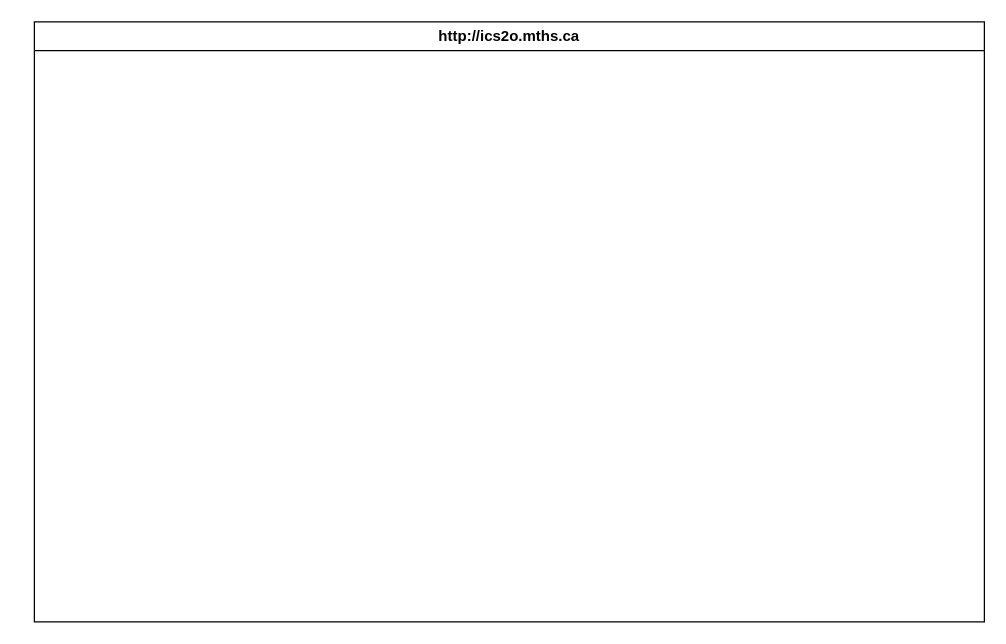
This is design/storyboard.drawio from MTHS-ICS2O-2-2022/ICS2O-Unit-3-03-Osamah-Hasan, a draw.io file, before an edit. Source tidied: cells renumbered, new cells numbered last; positions are measured from the earlier drawing's top-left corner, leaving out a move shared by most shapes. Both pictures are drawn from the tidied source at 125%, with x=0, y=0 at pixel (34, 21). Pictures stored in the file or linked from it are replaced by grey dashed boxes.
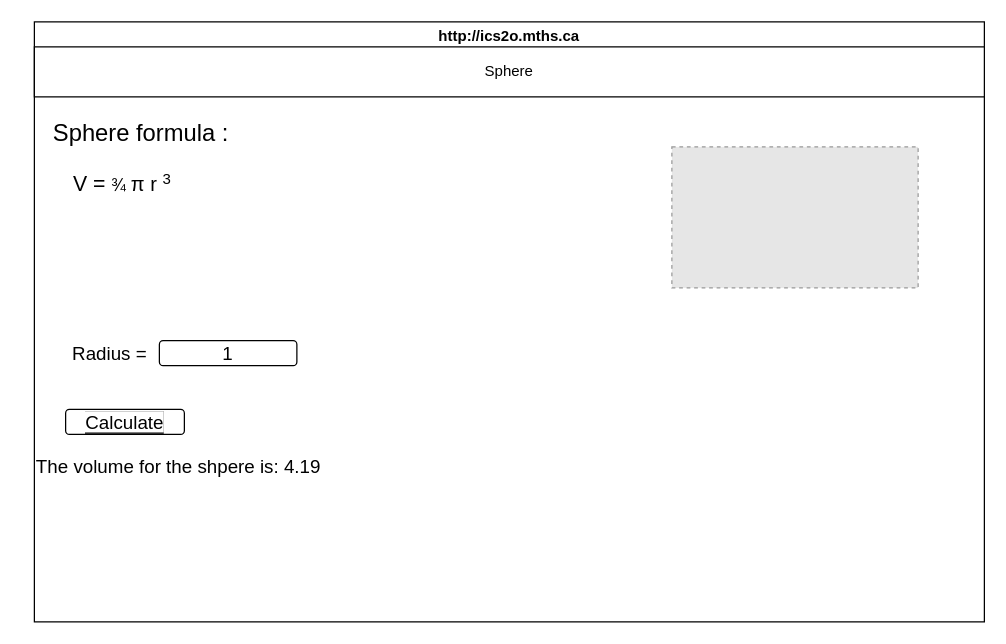
The same diagram, later.

What changed in the source:
```diff
@@
 <mxGraphModel>
   <root>
     <mxCell id="0" />
     <mxCell id="1" parent="0" />
     <mxCell id="2" value="http://ics2o.mths.ca" style="swimlane;whiteSpace=wrap;html=1;" parent="1" vertex="1">
       <mxGeometry width="760" height="480" as="geometry" />
     </mxCell>
+    <mxCell id="3" value="Sphere" style="whiteSpace=wrap;html=1;" parent="2" vertex="1">
+      <mxGeometry y="20" width="760" height="40" as="geometry" />
+    </mxCell>
+    <mxCell id="4" value="&lt;font color=&quot;#000000&quot;&gt;The volume for the shpere is: 4.19&lt;/font&gt;" style="text;html=1;align=center;verticalAlign=middle;fontSize=15;" parent="2" vertex="1">
+      <mxGeometry x="-10" y="340" width="250" height="30" as="geometry" />
+    </mxCell>
+    <mxCell id="5" value="&lt;font color=&quot;#000000&quot; style=&quot;font-size: 19px;&quot;&gt;Sphere formula :&lt;/font&gt;" style="text;html=1;align=center;verticalAlign=middle;strokeColor=none;fillColor=none;fontSize=15;" parent="2" vertex="1">
+      <mxGeometry y="70" width="170" height="40" as="geometry" />
+    </mxCell>
+    <mxCell id="6" value="&lt;font color=&quot;#000000&quot;&gt;&lt;font style=&quot;font-size: 17px;&quot;&gt;V =&amp;nbsp;&lt;/font&gt;&lt;span style=&quot;font-family: arial, sans-serif; font-size: 14px; text-align: left;&quot;&gt;¾&amp;nbsp;&lt;/span&gt;&lt;span style=&quot;font-family: arial, sans-serif; text-align: left;&quot;&gt;&lt;font style=&quot;font-size: 16px;&quot;&gt;π r&amp;nbsp;&lt;/font&gt;&lt;/span&gt;&lt;span style=&quot;font-family: &amp;quot;Google Sans&amp;quot;, arial, sans-serif; text-align: left;&quot;&gt;&lt;sup style=&quot;&quot;&gt;&lt;font style=&quot;font-size: 12px;&quot;&gt;3&lt;/font&gt;&lt;/sup&gt;&lt;/span&gt;&lt;/font&gt;&lt;span style=&quot;font-family: arial, sans-serif; font-size: 14px; text-align: left; background-color: rgb(0, 0, 0);&quot;&gt;&lt;font color=&quot;#ffffff&quot;&gt;&lt;br&gt;&lt;/font&gt;&lt;/span&gt;" style="text;html=1;align=center;verticalAlign=middle;fontSize=15;" parent="2" vertex="1">
+      <mxGeometry x="20" y="110" width="100" height="40" as="geometry" />
+    </mxCell>
+    <mxCell id="7" value="&lt;font color=&quot;#000000&quot; style=&quot;font-size: 15px;&quot;&gt;Radius =&lt;/font&gt;" style="text;html=1;align=center;verticalAlign=middle;fontSize=12;" parent="2" vertex="1">
+      <mxGeometry x="20" y="250" width="80" height="30" as="geometry" />
+    </mxCell>
+    <mxCell id="8" value="&lt;font style=&quot;background-color: rgb(255, 255, 255);&quot; color=&quot;#000000&quot;&gt;Calculate&lt;/font&gt;" style="rounded=1;whiteSpace=wrap;html=1;labelBackgroundColor=#000000;fontSize=15;" parent="2" vertex="1">
+      <mxGeometry x="25" y="310" width="95" height="20" as="geometry" />
+    </mxCell>
+    <mxCell id="9" style="fillColor=#E6E6E6;strokeColor=#999999;dashed=1;verticalLabelPosition=bottom;labelBackgroundColor=default;verticalAlign=top;" parent="2" vertex="1">
+      <mxGeometry x="510" y="100" width="197" height="112.8" as="geometry" />
+    </mxCell>
+    <mxCell id="10" value="&lt;font color=&quot;#000000&quot;&gt;1&lt;/font&gt;" style="rounded=1;whiteSpace=wrap;html=1;labelBackgroundColor=#FFFFFF;fontSize=15;fontColor=#FF66FF;" parent="2" vertex="1">
+      <mxGeometry x="100" y="255" width="110" height="20" as="geometry" />
+    </mxCell>
   </root>
 </mxGraphModel>
```
